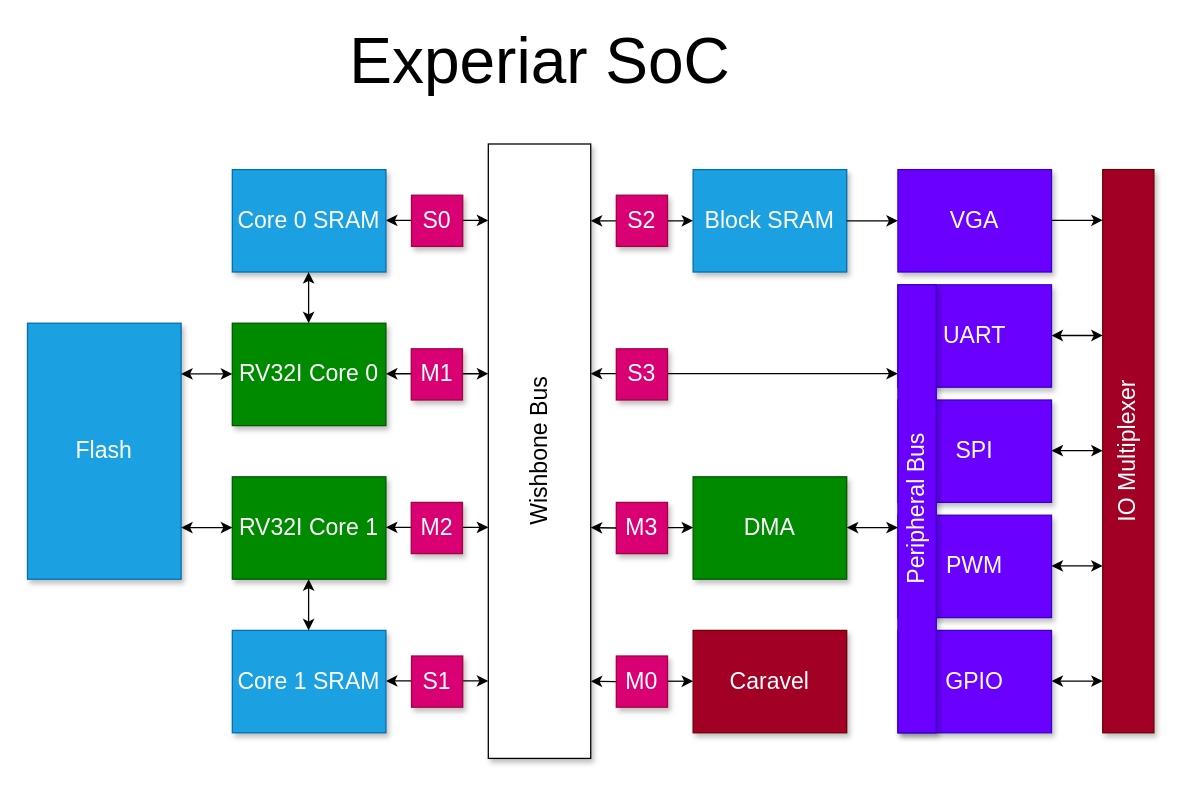
Earlier version of the draw.io diagram page "Overview" (1 of 4) of docs/Design/ExperiarSoC.drawio (Wevel/ExperiarSoC). Source tidied: cells renumbered, new cells numbered last; positions are measured from the earlier drawing's top-left corner, leaving out a move shared by most shapes. Both pictures are drawn from the tidied source at 128%, with x=0, y=0 at pixel (27, 41).
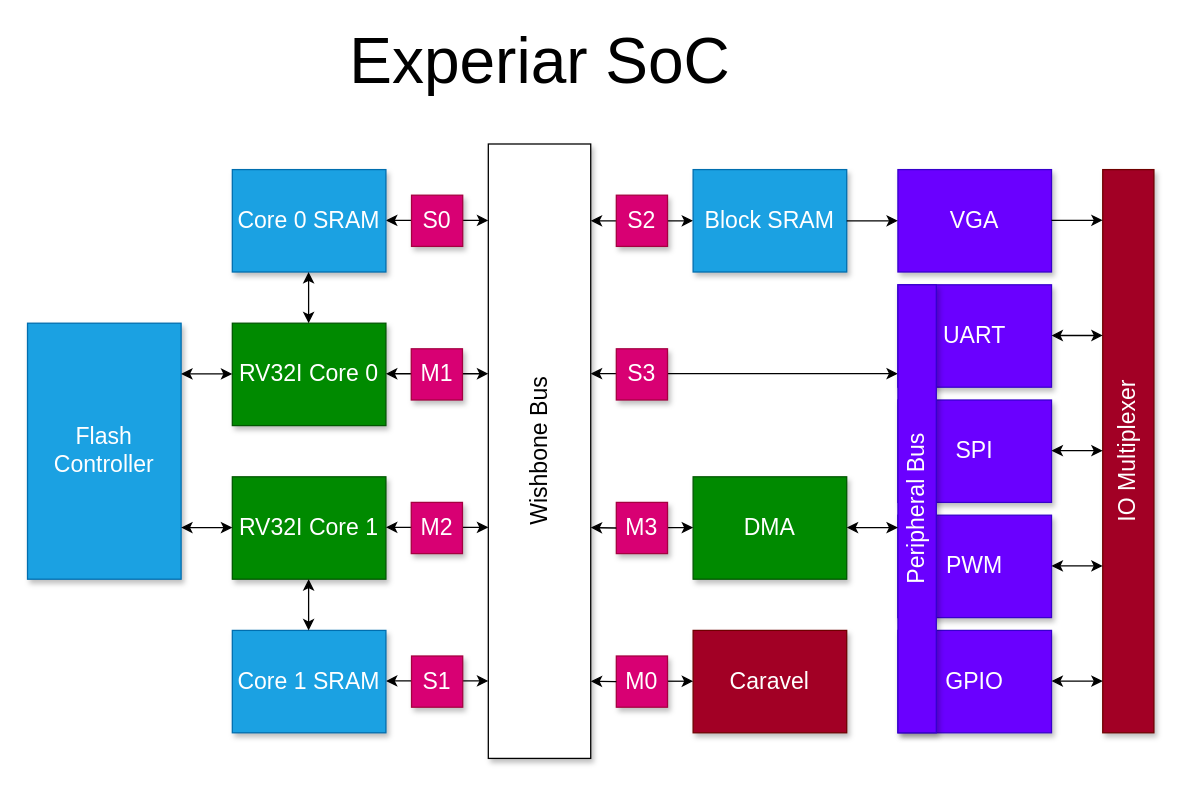
The same diagram, later.

Commit message (it also covers changes not shown here):
Updated readme to add a diagram showing memory map.

Change to the diagram source:
```diff
@@
-    <mxCell id="45" value="Flash" style="whiteSpace=wrap;html=1;shadow=1;fontSize=18;fillColor=#1ba1e2;fontColor=#ffffff;strokeColor=#006EAF;" parent="1" vertex="1">
+    <mxCell id="45" value="Flash Controller" style="whiteSpace=wrap;html=1;shadow=1;fontSize=18;fillColor=#1ba1e2;fontColor=#ffffff;strokeColor=#006EAF;" parent="1" vertex="1">
       <mxGeometry y="220" width="120" height="200" as="geometry" />
     </mxCell>
```
